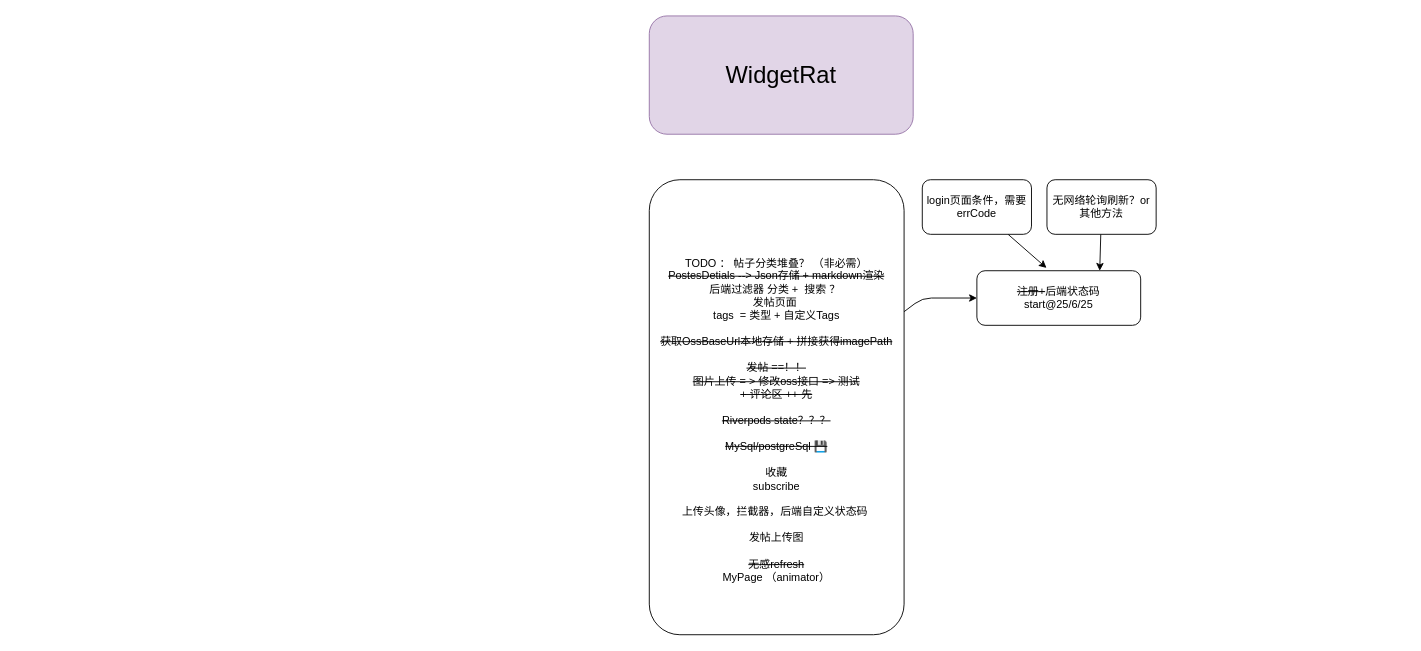
Earlier version of the draw.io diagram doc/devMilestone.drawio (NAOXUAN4/widget_rat). Source tidied: cells renumbered, new cells numbered last; positions are measured from the earlier drawing's top-left corner, leaving out a move shared by most shapes. Both pictures are drawn from the tidied source at 91%, with x=0, y=0 at pixel (649, 15).
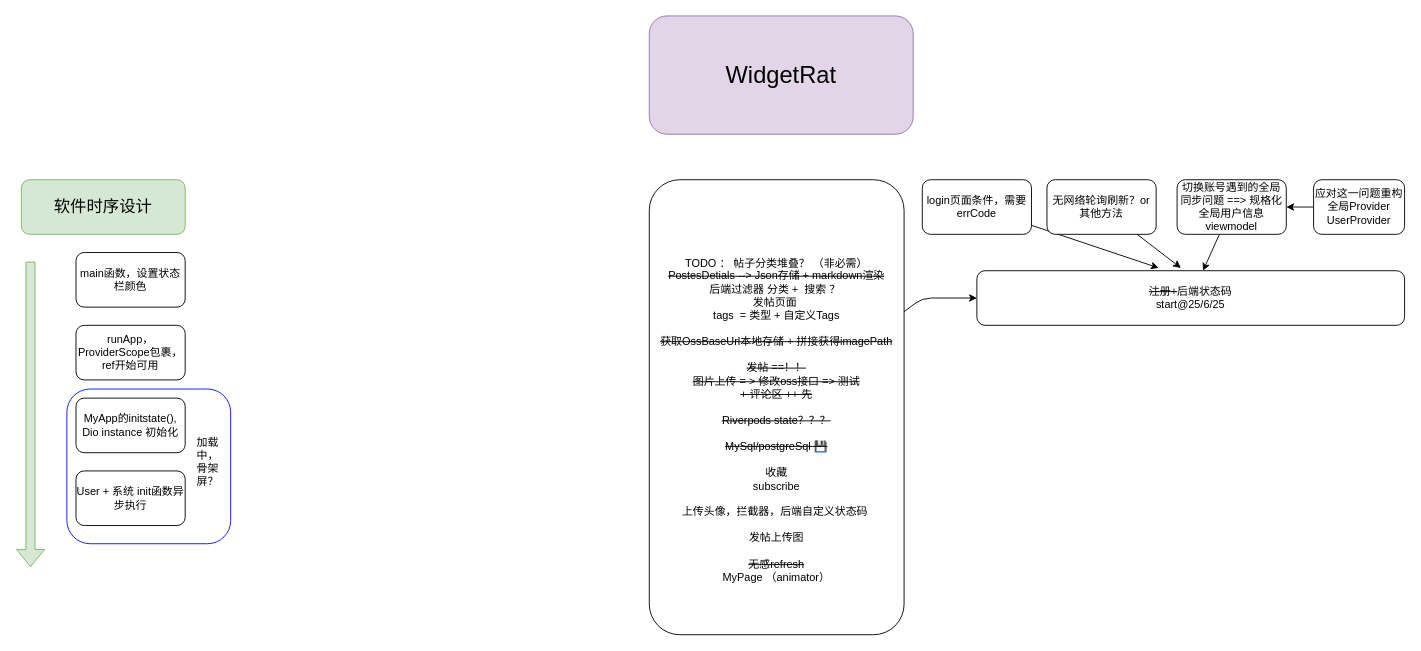
The same diagram, later.

The edit, as a diff of the source:
```diff
@@
     <mxCell id="4" value="&lt;strike&gt;注册+&lt;/strike&gt;后端状态码&lt;div&gt;start@25/6/25&lt;/div&gt;" style="rounded=1;whiteSpace=wrap;html=1;" parent="1" vertex="1">
-      <mxGeometry x="360" y="280" width="180" height="60" as="geometry" />
+      <mxGeometry x="360" y="280" width="470" height="60" as="geometry" />
     </mxCell>
@@
+    <mxCell id="9" value="无网络轮询刷新？or 其他方法" style="rounded=1;whiteSpace=wrap;html=1;" parent="1" vertex="1">
+      <mxGeometry x="437" y="180" width="120" height="60" as="geometry" />
+    </mxCell>
+    <mxCell id="10" style="edgeStyle=none;html=1;" parent="1" edge="1" source="11" target="4">
+      <mxGeometry relative="1" as="geometry" />
+    </mxCell>
+    <mxCell id="11" value="切换账号遇到的全局同步问题 ==&amp;gt; 规格化全局用户信息viewmodel" style="rounded=1;whiteSpace=wrap;html=1;" parent="1" vertex="1">
+      <mxGeometry x="580" y="180" width="120" height="60" as="geometry" />
+    </mxCell>
+    <mxCell id="12" style="edgeStyle=none;html=1;entryX=1;entryY=0.5;entryDx=0;entryDy=0;" parent="1" edge="1" source="13" target="11">
+      <mxGeometry relative="1" as="geometry" />
+    </mxCell>
+    <mxCell id="13" value="应对这一问题重构全局Provider UserProvider" style="rounded=1;whiteSpace=wrap;html=1;" parent="1" vertex="1">
+      <mxGeometry x="730" y="180" width="100" height="60" as="geometry" />
+    </mxCell>
-    <mxCell id="8" style="edgeStyle=none;html=1;entryX=0.75;entryY=0;entryDx=0;entryDy=0;" parent="1" edge="1" source="9" target="4">
+    <mxCell id="8" style="edgeStyle=none;html=1;entryX=0.477;entryY=-0.051;entryDx=0;entryDy=0;entryPerimeter=0;" parent="1" edge="1" source="9" target="4">
       <mxGeometry relative="1" as="geometry" />
     </mxCell>
-    <mxCell id="9" value="无网络轮询刷新？or 其他方法" style="rounded=1;whiteSpace=wrap;html=1;" parent="1" vertex="1">
-      <mxGeometry x="437" y="180" width="120" height="60" as="geometry" />
-    </mxCell>
+    <mxCell id="14" value="&lt;font style=&quot;font-size: 18px;&quot;&gt;软件时序设计&lt;/font&gt;" style="rounded=1;whiteSpace=wrap;html=1;fillColor=#d5e8d4;strokeColor=#82b366;" parent="1" vertex="1">
+      <mxGeometry x="-690" y="180" width="180" height="60" as="geometry" />
+    </mxCell>
+    <mxCell id="15" style="shape=flexArrow;endArrow=classic;html=1;fillColor=#d5e8d4;strokeColor=#82b366;" parent="1" edge="1">
+      <mxGeometry relative="1" as="geometry">
+        <mxPoint x="-680" y="270" as="sourcePoint" />
+        <mxPoint x="-680" y="605.8" as="targetPoint" />
+      </mxGeometry>
+    </mxCell>
+    <mxCell id="16" value="main函数，设置状态栏颜色" style="rounded=1;whiteSpace=wrap;html=1;" parent="1" vertex="1">
+      <mxGeometry x="-630" y="260" width="120" height="60" as="geometry" />
+    </mxCell>
+    <mxCell id="17" value="runApp，ProviderScope包裹，ref开始可用" style="rounded=1;whiteSpace=wrap;html=1;" parent="1" vertex="1">
+      <mxGeometry x="-630" y="340" width="120" height="60" as="geometry" />
+    </mxCell>
+    <mxCell id="18" value="MyApp的initstate(),&lt;div&gt;Dio instance 初始化&lt;/div&gt;" style="rounded=1;whiteSpace=wrap;html=1;" parent="1" vertex="1">
+      <mxGeometry x="-630" y="420" width="120" height="60" as="geometry" />
+    </mxCell>
+    <mxCell id="19" value="User + 系统 init函数异步执行" style="rounded=1;whiteSpace=wrap;html=1;" parent="1" vertex="1">
+      <mxGeometry x="-630" y="500" width="120" height="60" as="geometry" />
+    </mxCell>
+    <mxCell id="20" style="rounded=1;whiteSpace=wrap;html=1;glass=1;fillColor=none;strokeColor=light-dark(#0112fe, #ededed);" parent="1" vertex="1">
+      <mxGeometry x="-640" y="410" width="180" height="170" as="geometry" />
+    </mxCell>
+    <mxCell id="21" value="加载中，骨架屏？" style="text;html=1;align=center;verticalAlign=middle;whiteSpace=wrap;rounded=0;" parent="1" vertex="1">
+      <mxGeometry x="-500" y="460" width="30" height="60" as="geometry" />
+    </mxCell>
```
